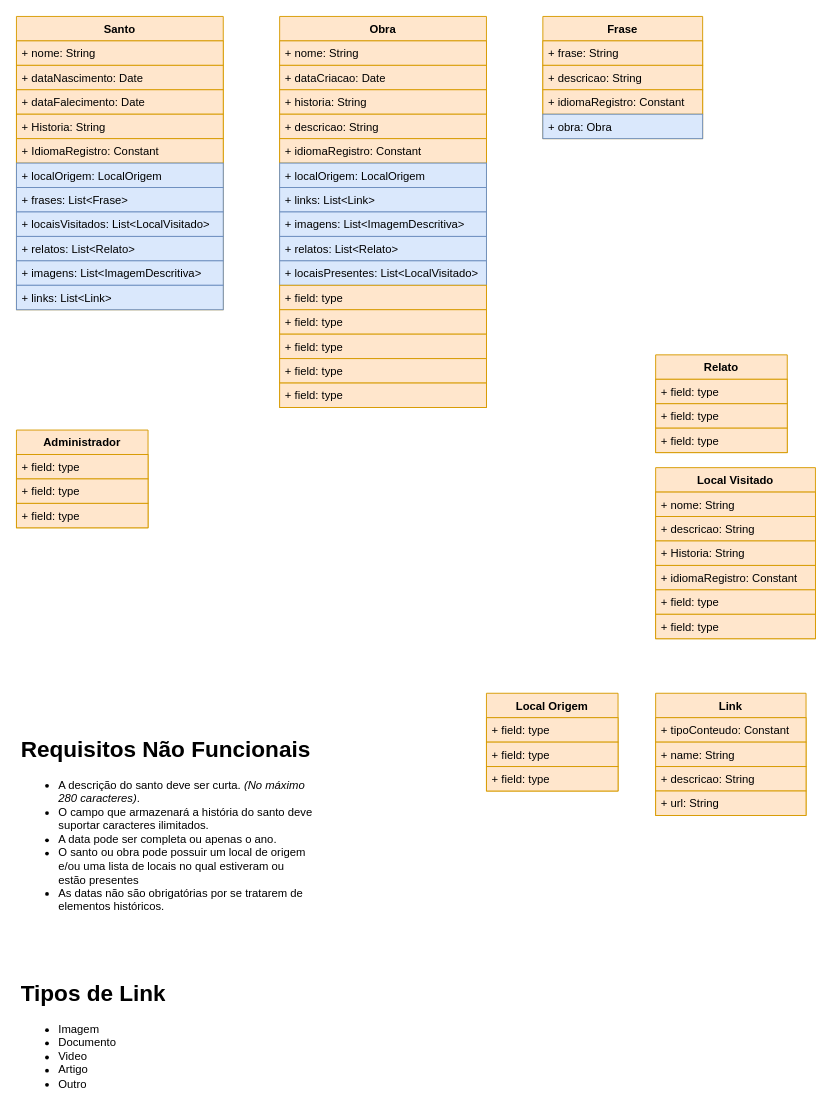
The draw.io diagram page "ClassDiagram" (2 of 2) of Documentation/Untitled Diagram.drawio in the-catholics/Saints-API, before the edit. Source tidied: cells renumbered, new cells numbered last; positions are measured from the earlier drawing's top-left corner, leaving out a move shared by most shapes. Both pictures are drawn from the tidied source at 94%, with x=0, y=0 at pixel (16, 16).
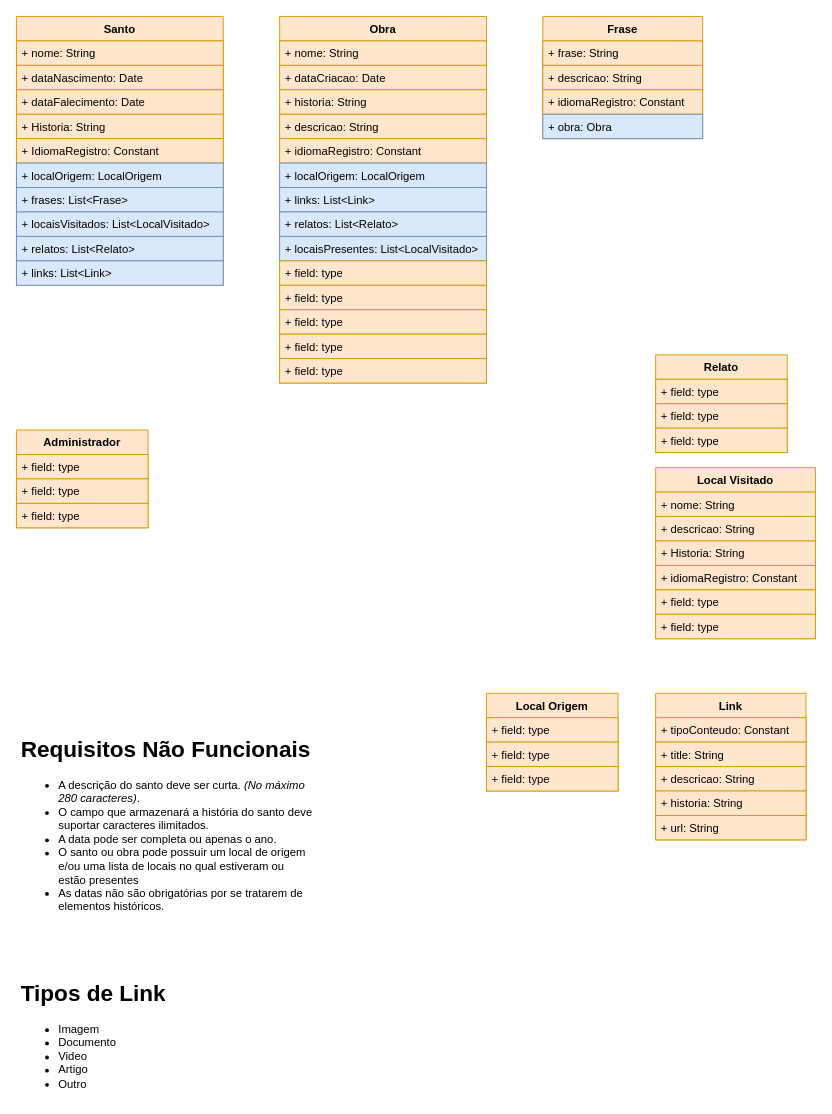
The same diagram, later.

The edit, as a diff of the source:
```diff
@@
     <mxCell id="2" value="Obra" style="swimlane;fontStyle=1;horizontal=1;startSize=26;fillColor=#ffe6cc;strokeColor=#d79b00;" parent="1" vertex="1">
-      <mxGeometry x="280" width="220" height="416" as="geometry" />
+      <mxGeometry x="280" width="220" height="390" as="geometry" />
     </mxCell>
@@
-    <mxCell id="10" value="+ imagens: List&lt;ImagemDescritiva&gt;" style="text;strokeColor=#6c8ebf;fillColor=#dae8fc;align=left;verticalAlign=top;spacingLeft=4;spacingRight=4;overflow=hidden;" parent="2" vertex="1">
-      <mxGeometry y="208" width="220" height="26" as="geometry" />
-    </mxCell>
     <mxCell id="11" value="+ relatos: List&lt;Relato&gt;" style="text;strokeColor=#6c8ebf;fillColor=#dae8fc;align=left;verticalAlign=top;spacingLeft=4;spacingRight=4;overflow=hidden;" parent="2" vertex="1">
-      <mxGeometry y="234" width="220" height="26" as="geometry" />
+      <mxGeometry y="208" width="220" height="26" as="geometry" />
     </mxCell>
     <mxCell id="12" value="+ locaisPresentes: List&lt;LocalVisitado&gt;" style="text;strokeColor=#6c8ebf;fillColor=#dae8fc;align=left;verticalAlign=top;spacingLeft=4;spacingRight=4;overflow=hidden;" parent="2" vertex="1">
-      <mxGeometry y="260" width="220" height="26" as="geometry" />
+      <mxGeometry y="234" width="220" height="26" as="geometry" />
     </mxCell>
     <mxCell id="13" value="+ field: type" style="text;strokeColor=#d79b00;fillColor=#ffe6cc;align=left;verticalAlign=top;spacingLeft=4;spacingRight=4;overflow=hidden;" parent="2" vertex="1">
-      <mxGeometry y="286" width="220" height="26" as="geometry" />
+      <mxGeometry y="260" width="220" height="26" as="geometry" />
     </mxCell>
     <mxCell id="14" value="+ field: type" style="text;strokeColor=#d79b00;fillColor=#ffe6cc;align=left;verticalAlign=top;spacingLeft=4;spacingRight=4;overflow=hidden;" parent="2" vertex="1">
-      <mxGeometry y="312" width="220" height="26" as="geometry" />
+      <mxGeometry y="286" width="220" height="26" as="geometry" />
     </mxCell>
     <mxCell id="15" value="+ field: type" style="text;strokeColor=#d79b00;fillColor=#ffe6cc;align=left;verticalAlign=top;spacingLeft=4;spacingRight=4;overflow=hidden;" parent="2" vertex="1">
-      <mxGeometry y="338" width="220" height="26" as="geometry" />
+      <mxGeometry y="312" width="220" height="26" as="geometry" />
     </mxCell>
     <mxCell id="16" value="+ field: type" style="text;strokeColor=#d79b00;fillColor=#ffe6cc;align=left;verticalAlign=top;spacingLeft=4;spacingRight=4;overflow=hidden;" parent="2" vertex="1">
-      <mxGeometry y="364" width="220" height="26" as="geometry" />
+      <mxGeometry y="338" width="220" height="26" as="geometry" />
     </mxCell>
     <mxCell id="17" value="+ field: type" style="text;strokeColor=#d79b00;fillColor=#ffe6cc;align=left;verticalAlign=top;spacingLeft=4;spacingRight=4;overflow=hidden;" parent="2" vertex="1">
-      <mxGeometry y="390" width="220" height="26" as="geometry" />
+      <mxGeometry y="364" width="220" height="26" as="geometry" />
     </mxCell>
     <mxCell id="18" value="Santo" style="swimlane;fontStyle=1;horizontal=1;startSize=26;fillColor=#ffe6cc;strokeColor=#d79b00;" parent="1" vertex="1">
-      <mxGeometry width="220" height="312" as="geometry" />
+      <mxGeometry width="220" height="286" as="geometry" />
     </mxCell>
@@
-    <mxCell id="28" value="+ imagens: List&lt;ImagemDescritiva&gt;" style="text;strokeColor=#6c8ebf;fillColor=#dae8fc;align=left;verticalAlign=top;spacingLeft=4;spacingRight=4;overflow=hidden;" parent="18" vertex="1">
-      <mxGeometry y="260" width="220" height="26" as="geometry" />
-    </mxCell>
     <mxCell id="29" value="+ links: List&lt;Link&gt;" style="text;strokeColor=#6c8ebf;fillColor=#dae8fc;align=left;verticalAlign=top;spacingLeft=4;spacingRight=4;overflow=hidden;" parent="18" vertex="1">
-      <mxGeometry y="286" width="220" height="26" as="geometry" />
+      <mxGeometry y="260" width="220" height="26" as="geometry" />
     </mxCell>
@@
     <mxCell id="55" value="Link" style="swimlane;fontStyle=1;horizontal=1;startSize=26;fillColor=#ffe6cc;strokeColor=#d79b00;" parent="1" vertex="1">
-      <mxGeometry x="680" y="720" width="160" height="130" as="geometry" />
+      <mxGeometry x="680" y="720" width="160" height="156" as="geometry" />
     </mxCell>
@@
-    <mxCell id="57" value="+ name: String" style="text;strokeColor=#d79b00;fillColor=#ffe6cc;align=left;verticalAlign=top;spacingLeft=4;spacingRight=4;overflow=hidden;" parent="55" vertex="1">
+    <mxCell id="57" value="+ title: String" style="text;strokeColor=#d79b00;fillColor=#ffe6cc;align=left;verticalAlign=top;spacingLeft=4;spacingRight=4;overflow=hidden;" parent="55" vertex="1">
       <mxGeometry y="52" width="160" height="26" as="geometry" />
     </mxCell>
@@
+    <mxCell id="61" value="+ historia: String" style="text;strokeColor=#d79b00;fillColor=#ffe6cc;align=left;verticalAlign=top;spacingLeft=4;spacingRight=4;overflow=hidden;" parent="55" vertex="1">
+      <mxGeometry y="104" width="160" height="26" as="geometry" />
+    </mxCell>
     <mxCell id="59" value="+ url: String" style="text;strokeColor=#d79b00;fillColor=#ffe6cc;align=left;verticalAlign=top;spacingLeft=4;spacingRight=4;overflow=hidden;" parent="55" vertex="1">
-      <mxGeometry y="104" width="160" height="26" as="geometry" />
+      <mxGeometry y="130" width="160" height="26" as="geometry" />
     </mxCell>
```
